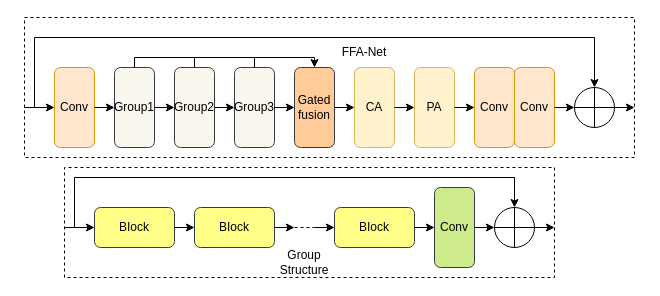
The draw.io diagram FFA Net.drawio in lgq622/long, before the edit. Source tidied: cells renumbered, new cells numbered last; positions are measured from the earlier drawing's top-left corner, leaving out a move shared by most shapes. Both pictures are drawn from the tidied source at 100%, with x=0, y=0 at pixel (24, 17).
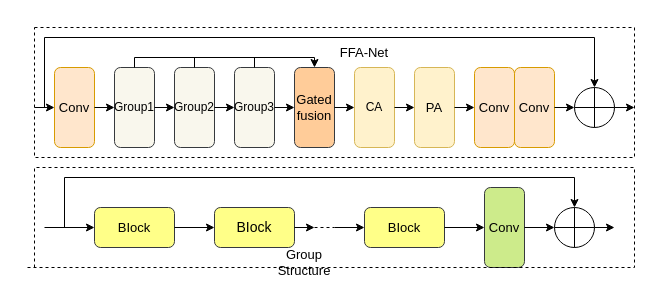
The same diagram, later.

The change refers to these unchanged cells:
```xml
<mxCell id="21" style="ellipse;whiteSpace=wrap;html=1;" parent="1" vertex="1">
  <mxGeometry x="550" y="70" width="40" height="40" as="geometry" />
</mxCell>
```

The edit, as a diff of the source:
```diff
@@
-    <mxCell id="2" value="Conv" style="rounded=1;whiteSpace=wrap;html=1;fillColor=#ffe6cc;strokeColor=#d79b00;direction=south;" parent="1" vertex="1">
+    <mxCell id="2" value="&lt;font style=&quot;font-size: 13px;&quot;&gt;Conv&lt;/font&gt;" style="rounded=1;whiteSpace=wrap;html=1;fillColor=#ffe6cc;strokeColor=#d79b00;direction=south;" parent="1" vertex="1">
       <mxGeometry x="30" y="50" width="40" height="80" as="geometry" />
     </mxCell>
@@
-    <mxCell id="4" value="Gated fusion" style="rounded=1;whiteSpace=wrap;html=1;fillColor=#ffcc99;strokeColor=#36393d;direction=south;" parent="1" vertex="1">
+    <mxCell id="4" value="&lt;font style=&quot;font-size: 13px;&quot;&gt;Gated fusion&lt;/font&gt;" style="rounded=1;whiteSpace=wrap;html=1;fillColor=#ffcc99;strokeColor=#36393d;direction=south;" parent="1" vertex="1">
       <mxGeometry x="270" y="50" width="40" height="80" as="geometry" />
     </mxCell>
@@
-    <mxCell id="6" value="PA" style="rounded=1;whiteSpace=wrap;html=1;fillColor=#fff2cc;strokeColor=#d6b656;direction=south;" parent="1" vertex="1">
+    <mxCell id="6" value="&lt;font style=&quot;font-size: 13px;&quot;&gt;PA&lt;/font&gt;" style="rounded=1;whiteSpace=wrap;html=1;fillColor=#fff2cc;strokeColor=#d6b656;direction=south;" parent="1" vertex="1">
       <mxGeometry x="390" y="50" width="40" height="80" as="geometry" />
     </mxCell>
     <mxCell id="7" style="endArrow=classic;html=1;rounded=0;" parent="1" edge="1" target="2">
       <mxGeometry relative="1" as="geometry">
-        <mxPoint y="90" as="sourcePoint" />
+        <mxPoint x="10" y="90" as="sourcePoint" />
       </mxGeometry>
     </mxCell>
@@
-    <mxCell id="9" value="Group3" style="rounded=1;whiteSpace=wrap;html=1;fillColor=#f9f7ed;strokeColor=#36393d;direction=south;" parent="1" vertex="1">
+    <mxCell id="9" value="&lt;font&gt;Group3&lt;/font&gt;" style="rounded=1;whiteSpace=wrap;html=1;fillColor=#f9f7ed;strokeColor=#36393d;direction=south;" parent="1" vertex="1">
       <mxGeometry x="210" y="50" width="40" height="80" as="geometry" />
     </mxCell>
@@
-    <mxCell id="16" value="Conv" style="rounded=1;whiteSpace=wrap;html=1;fillColor=#ffe6cc;strokeColor=#d79b00;direction=south;" parent="1" vertex="1">
+    <mxCell id="16" value="&lt;font style=&quot;font-size: 13px;&quot;&gt;Conv&lt;/font&gt;" style="rounded=1;whiteSpace=wrap;html=1;fillColor=#ffe6cc;strokeColor=#d79b00;direction=south;" parent="1" vertex="1">
       <mxGeometry x="450" y="50" width="40" height="80" as="geometry" />
     </mxCell>
-    <mxCell id="17" value="Conv" style="rounded=1;whiteSpace=wrap;html=1;fillColor=#ffe6cc;strokeColor=#d79b00;direction=south;" parent="1" vertex="1">
+    <mxCell id="17" value="&lt;font style=&quot;font-size: 13px;&quot;&gt;Conv&lt;/font&gt;" style="rounded=1;whiteSpace=wrap;html=1;fillColor=#ffe6cc;strokeColor=#d79b00;direction=south;" parent="1" vertex="1">
       <mxGeometry x="490" y="50" width="40" height="80" as="geometry" />
     </mxCell>
@@
     <mxCell id="20" style="endArrow=classic;html=1;rounded=0;entryX=0.5;entryY=0;entryDx=0;entryDy=0;" parent="1" edge="1" target="21">
       <mxGeometry relative="1" as="geometry">
-        <mxPoint x="10" y="90" as="sourcePoint" />
+        <mxPoint x="20" y="90" as="sourcePoint" />
         <Array as="points">
-          <mxPoint x="10" y="20" />
+          <mxPoint x="20" y="20" />
           <mxPoint x="570" y="20" />
         </Array>
       </mxGeometry>
     </mxCell>
@@
-    <mxCell id="28" value="BIock" style="rounded=1;whiteSpace=wrap;html=1;fillColor=#ffff88;strokeColor=#36393d;" parent="1" vertex="1">
+    <mxCell id="28" value="&lt;font style=&quot;font-size: 13px;&quot;&gt;BIock&lt;/font&gt;" style="rounded=1;whiteSpace=wrap;html=1;fillColor=#ffff88;strokeColor=#36393d;" parent="1" vertex="1">
       <mxGeometry x="70" y="190" width="80" height="40" as="geometry" />
     </mxCell>
-    <mxCell id="29" value="BIock" style="rounded=1;whiteSpace=wrap;html=1;fillColor=#ffff88;strokeColor=#36393d;" parent="1" vertex="1">
-      <mxGeometry x="170" y="190" width="80" height="40" as="geometry" />
+    <mxCell id="29" value="&lt;font style=&quot;font-size: 14px;&quot;&gt;BIock&lt;/font&gt;" style="rounded=1;whiteSpace=wrap;html=1;fillColor=#ffff88;strokeColor=#36393d;" parent="1" vertex="1">
+      <mxGeometry x="190" y="190" width="80" height="40" as="geometry" />
     </mxCell>
-    <mxCell id="30" value="BIock" style="rounded=1;whiteSpace=wrap;html=1;fillColor=#ffff88;strokeColor=#36393d;" parent="1" vertex="1">
-      <mxGeometry x="310" y="190" width="80" height="40" as="geometry" />
+    <mxCell id="30" value="&lt;font style=&quot;font-size: 13px;&quot;&gt;BIock&lt;/font&gt;" style="rounded=1;whiteSpace=wrap;html=1;fillColor=#ffff88;strokeColor=#36393d;" parent="1" vertex="1">
+      <mxGeometry x="340" y="190" width="80" height="40" as="geometry" />
     </mxCell>
-    <mxCell id="31" value="Conv" style="rounded=1;whiteSpace=wrap;html=1;fillColor=#cdeb8b;strokeColor=#36393d;direction=south;" parent="1" vertex="1">
-      <mxGeometry x="410" y="170" width="40" height="80" as="geometry" />
+    <mxCell id="31" value="&lt;font style=&quot;font-size: 13px;&quot;&gt;Conv&lt;/font&gt;" style="rounded=1;whiteSpace=wrap;html=1;fillColor=#cdeb8b;strokeColor=#36393d;direction=south;" parent="1" vertex="1">
+      <mxGeometry x="460" y="170" width="40" height="80" as="geometry" />
     </mxCell>
     <mxCell id="32" style="endArrow=classic;html=1;rounded=0;entryX=0;entryY=0.5;entryDx=0;entryDy=0;" parent="1" edge="1" target="28">
       <mxGeometry relative="1" as="geometry">
-        <mxPoint x="40" y="210" as="sourcePoint" />
+        <mxPoint x="20" y="210" as="sourcePoint" />
       </mxGeometry>
     </mxCell>
-    <mxCell id="33" style="endArrow=classic;html=1;rounded=0;exitX=1;exitY=0.5;exitDx=0;exitDy=0;" parent="1" edge="1" source="28">
-      <mxGeometry relative="1" as="geometry">
-        <mxPoint x="170" y="210" as="targetPoint" />
-      </mxGeometry>
+    <mxCell id="33" style="endArrow=classic;html=1;rounded=0;exitX=1;exitY=0.5;exitDx=0;exitDy=0;entryX=0;entryY=0.5;entryDx=0;entryDy=0;" parent="1" edge="1" source="28" target="29">
+      <mxGeometry relative="1" as="geometry" />
     </mxCell>
-    <mxCell id="34" style="endArrow=classic;html=1;rounded=0;exitX=1;exitY=0.5;exitDx=0;exitDy=0;" parent="1" edge="1" source="29">
+    <mxCell id="34" style="endArrow=classic;html=1;rounded=0;" parent="1" edge="1">
       <mxGeometry relative="1" as="geometry">
-        <mxPoint x="270" y="210" as="targetPoint" />
+        <mxPoint x="270" y="210" as="sourcePoint" />
+        <mxPoint x="290" y="210" as="targetPoint" />
       </mxGeometry>
     </mxCell>
     <mxCell id="35" style="endArrow=none;dashed=1;html=1;rounded=0;" parent="1" edge="1">
       <mxGeometry relative="1" as="geometry">
-        <mxPoint x="270" y="210" as="sourcePoint" />
-        <mxPoint x="290" y="210" as="targetPoint" />
+        <mxPoint x="290" y="210" as="sourcePoint" />
+        <mxPoint x="310" y="210" as="targetPoint" />
       </mxGeometry>
     </mxCell>
-    <mxCell id="36" style="endArrow=classic;html=1;rounded=0;" parent="1" edge="1">
+    <mxCell id="36" style="endArrow=classic;html=1;rounded=0;entryX=0;entryY=0.5;entryDx=0;entryDy=0;" parent="1" edge="1" target="30">
       <mxGeometry relative="1" as="geometry">
-        <mxPoint x="290" y="210" as="sourcePoint" />
-        <mxPoint x="310" y="210" as="targetPoint" />
+        <mxPoint x="310" y="210" as="sourcePoint" />
       </mxGeometry>
     </mxCell>
-    <mxCell id="37" style="endArrow=classic;html=1;rounded=0;exitX=1;exitY=0.5;exitDx=0;exitDy=0;" parent="1" edge="1" source="30">
-      <mxGeometry relative="1" as="geometry">
-        <mxPoint x="410" y="210" as="targetPoint" />
-      </mxGeometry>
+    <mxCell id="37" style="endArrow=classic;html=1;rounded=0;exitX=1;exitY=0.5;exitDx=0;exitDy=0;entryX=0.5;entryY=1;entryDx=0;entryDy=0;" parent="1" edge="1" source="30" target="31">
+      <mxGeometry relative="1" as="geometry" />
     </mxCell>
     <mxCell id="38" style="endArrow=classic;html=1;rounded=0;exitX=0.5;exitY=0;exitDx=0;exitDy=0;" parent="1" edge="1" source="31">
       <mxGeometry relative="1" as="geometry">
-        <mxPoint x="470" y="210" as="targetPoint" />
+        <mxPoint x="530" y="210" as="targetPoint" />
       </mxGeometry>
     </mxCell>
     <mxCell id="39" style="ellipse;whiteSpace=wrap;html=1;" parent="1" vertex="1">
-      <mxGeometry x="470" y="190" width="40" height="40" as="geometry" />
+      <mxGeometry x="530" y="190" width="40" height="40" as="geometry" />
     </mxCell>
@@
-    <mxCell id="42" style="endArrow=classic;html=1;rounded=0;" parent="1" edge="1">
+    <mxCell id="42" style="endArrow=classic;html=1;rounded=0;exitX=1;exitY=0.5;exitDx=0;exitDy=0;" parent="1" edge="1" source="39">
       <mxGeometry relative="1" as="geometry">
-        <mxPoint x="510" y="210" as="sourcePoint" />
-        <mxPoint x="530" y="210" as="targetPoint" />
+        <mxPoint x="590" y="210" as="targetPoint" />
       </mxGeometry>
     </mxCell>
     <mxCell id="43" style="endArrow=classic;html=1;rounded=0;entryX=0.5;entryY=0;entryDx=0;entryDy=0;" parent="1" edge="1" target="39">
       <mxGeometry relative="1" as="geometry">
-        <mxPoint x="50" y="210" as="sourcePoint" />
+        <mxPoint x="40" y="210" as="sourcePoint" />
         <Array as="points">
-          <mxPoint x="50" y="160" />
-          <mxPoint x="490" y="160" />
+          <mxPoint x="40" y="160" />
+          <mxPoint x="550" y="160" />
         </Array>
       </mxGeometry>
     </mxCell>
     <mxCell id="44" style="endArrow=none;dashed=1;html=1;rounded=0;" parent="1" edge="1">
       <mxGeometry relative="1" as="geometry">
-        <mxPoint x="40" y="260" as="sourcePoint" />
-        <mxPoint x="40" y="260" as="targetPoint" />
+        <mxPoint x="10" y="250" as="sourcePoint" />
+        <mxPoint y="250" as="targetPoint" />
         <Array as="points">
-          <mxPoint x="40" y="150" />
-          <mxPoint x="530" y="150" />
-          <mxPoint x="530" y="260" />
+          <mxPoint x="10" y="150" />
+          <mxPoint x="610" y="150" />
+          <mxPoint x="610" y="250" />
         </Array>
       </mxGeometry>
     </mxCell>
     <mxCell id="45" style="endArrow=none;dashed=1;html=1;rounded=0;" parent="1" edge="1">
       <mxGeometry relative="1" as="geometry">
-        <mxPoint as="sourcePoint" />
-        <mxPoint as="targetPoint" />
+        <mxPoint x="10" y="10" as="sourcePoint" />
+        <mxPoint x="10" y="10" as="targetPoint" />
         <Array as="points">
-          <mxPoint x="610" />
+          <mxPoint x="610" y="10" />
           <mxPoint x="610" y="140" />
-          <mxPoint y="140" />
+          <mxPoint x="10" y="140" />
         </Array>
       </mxGeometry>
     </mxCell>
-    <mxCell id="46" value="FFA-Net" style="text;html=1;align=center;verticalAlign=middle;whiteSpace=wrap;rounded=0;" parent="1" vertex="1">
+    <mxCell id="46" value="&lt;font style=&quot;font-size: 13px;&quot;&gt;FFA-Net&lt;/font&gt;" style="text;html=1;align=center;verticalAlign=middle;whiteSpace=wrap;rounded=0;" parent="1" vertex="1">
       <mxGeometry x="310" y="20" width="60" height="30" as="geometry" />
     </mxCell>
-    <mxCell id="47" value="Group Structure" style="text;html=1;align=center;verticalAlign=middle;whiteSpace=wrap;rounded=0;" parent="1" vertex="1">
+    <mxCell id="47" value="&lt;font style=&quot;font-size: 13px;&quot;&gt;Group Structure&lt;/font&gt;" style="text;html=1;align=center;verticalAlign=middle;whiteSpace=wrap;rounded=0;" parent="1" vertex="1">
       <mxGeometry x="250" y="230" width="60" height="30" as="geometry" />
     </mxCell>
```
